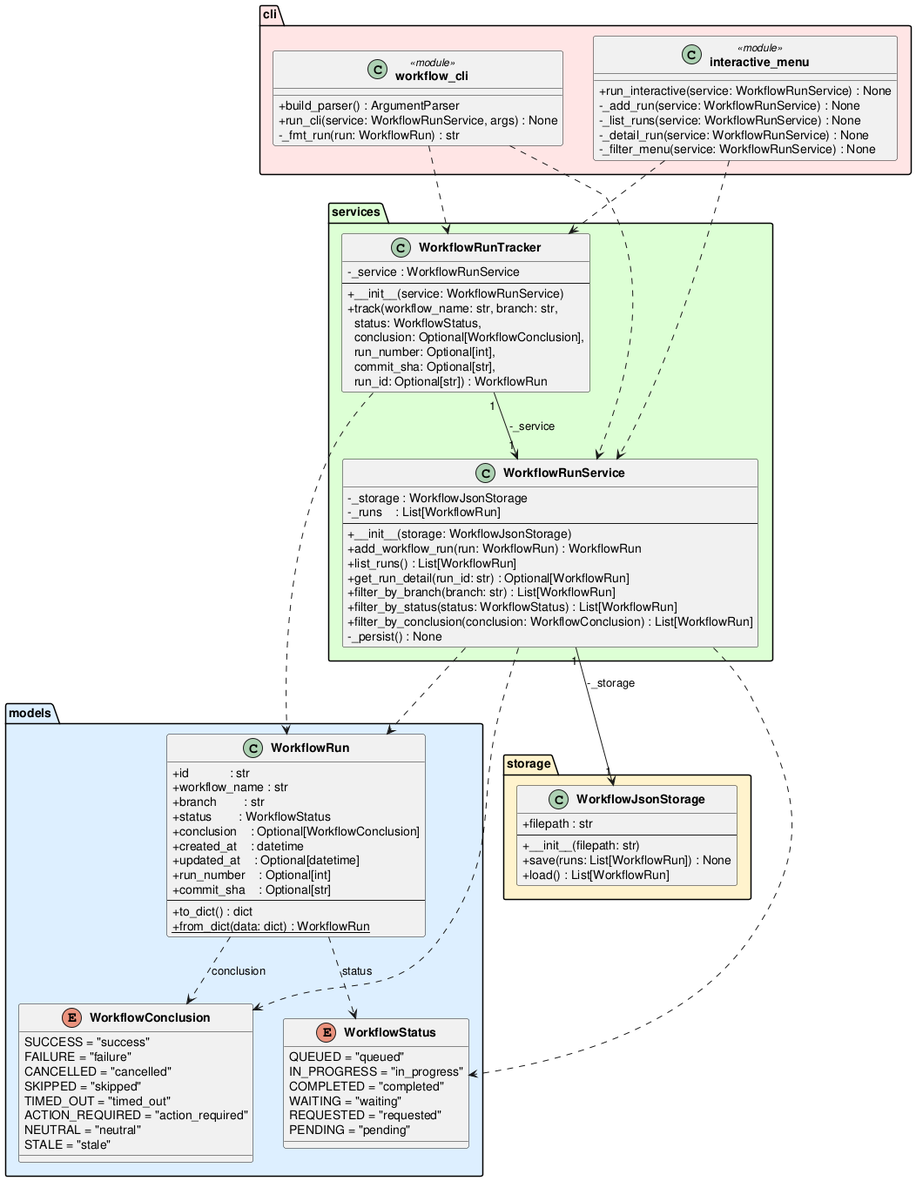
DanielRiha8906/Software_autoevolution_using_agents keeps this PlantUML diagram as experiments/pipeline/structured_text/github-workflow-manager/artifacts/class_diagram.png. Above is the earlier version. Its diagram source:
```plantuml
@startuml class_diagram

skinparam classAttributeIconSize 0
skinparam classFontStyle bold

package "models" #DDEEFF {
    enum WorkflowStatus {
        QUEUED = "queued"
        IN_PROGRESS = "in_progress"
        COMPLETED = "completed"
        WAITING = "waiting"
        REQUESTED = "requested"
        PENDING = "pending"
    }

    enum WorkflowConclusion {
        SUCCESS = "success"
        FAILURE = "failure"
        CANCELLED = "cancelled"
        SKIPPED = "skipped"
        TIMED_OUT = "timed_out"
        ACTION_REQUIRED = "action_required"
        NEUTRAL = "neutral"
        STALE = "stale"
    }

    class WorkflowRun {
        +id            : str
        +workflow_name : str
        +branch        : str
        +status        : WorkflowStatus
        +conclusion    : Optional[WorkflowConclusion]
        +created_at    : datetime
        +updated_at    : Optional[datetime]
        +run_number    : Optional[int]
        +commit_sha    : Optional[str]
        --
        +to_dict() : dict
        +{static} from_dict(data: dict) : WorkflowRun
    }
}

package "storage" #FFF3CC {
    class WorkflowJsonStorage {
        +filepath : str
        --
        +__init__(filepath: str)
        +save(runs: List[WorkflowRun]) : None
        +load() : List[WorkflowRun]
    }
}

package "services" #DDFFD4 {
    class WorkflowRunService {
        -_storage : WorkflowJsonStorage
        -_runs    : List[WorkflowRun]
        --
        +__init__(storage: WorkflowJsonStorage)
        +add_workflow_run(run: WorkflowRun) : WorkflowRun
        +list_runs() : List[WorkflowRun]
        +get_run_detail(run_id: str) : Optional[WorkflowRun]
        +filter_by_branch(branch: str) : List[WorkflowRun]
        +filter_by_status(status: WorkflowStatus) : List[WorkflowRun]
        +filter_by_conclusion(conclusion: WorkflowConclusion) : List[WorkflowRun]
        -_persist() : None
    }

    class WorkflowRunTracker {
        -_service : WorkflowRunService
        --
        +__init__(service: WorkflowRunService)
        +track(workflow_name: str, branch: str,\n  status: WorkflowStatus,\n  conclusion: Optional[WorkflowConclusion],\n  run_number: Optional[int],\n  commit_sha: Optional[str],\n  run_id: Optional[str]) : WorkflowRun
    }
}

package "cli" #FFE5E5 {
    class "workflow_cli" <<module>> {
        +build_parser() : ArgumentParser
        +run_cli(service: WorkflowRunService, args) : None
        -_fmt_run(run: WorkflowRun) : str
    }

    class "interactive_menu" <<module>> {
        +run_interactive(service: WorkflowRunService) : None
        -_add_run(service: WorkflowRunService) : None
        -_list_runs(service: WorkflowRunService) : None
        -_detail_run(service: WorkflowRunService) : None
        -_filter_menu(service: WorkflowRunService) : None
    }
}

WorkflowRun                ..>  WorkflowStatus        : status
WorkflowRun                ..>  WorkflowConclusion    : conclusion
WorkflowRunService    "1" --> "1" WorkflowJsonStorage : -_storage
WorkflowRunService         ..>  WorkflowRun
WorkflowRunService         ..>  WorkflowStatus
WorkflowRunService         ..>  WorkflowConclusion
WorkflowRunTracker    "1" --> "1" WorkflowRunService  : -_service
WorkflowRunTracker         ..>  WorkflowRun
"workflow_cli"             ..>  WorkflowRunService
"workflow_cli"             ..>  WorkflowRunTracker
"interactive_menu"         ..>  WorkflowRunService
"interactive_menu"         ..>  WorkflowRunTracker

@enduml
```
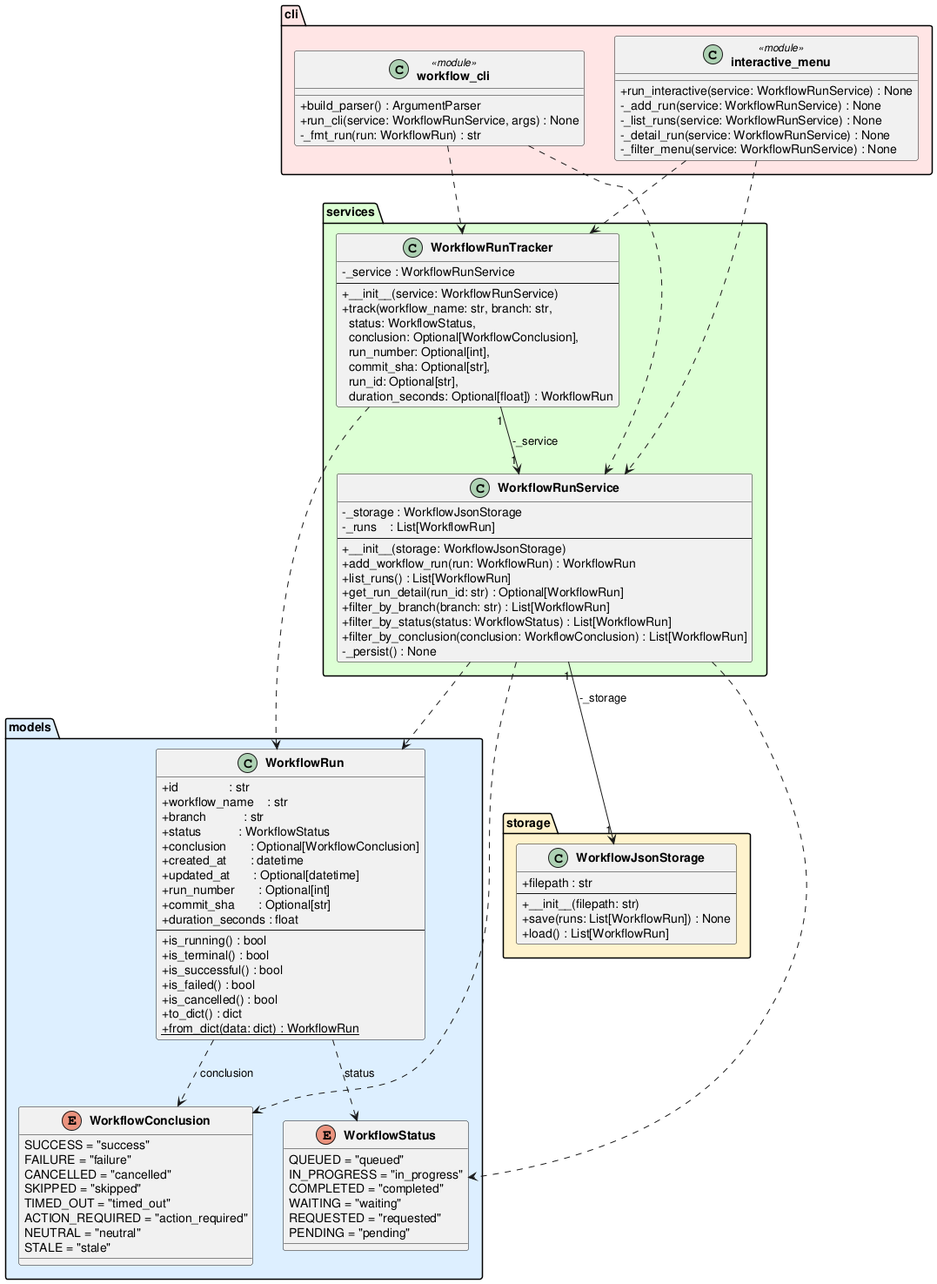
Later version of the same file.

What changed in the source:
```diff
@@ -25,16 +25,22 @@
     }
 
     class WorkflowRun {
-        +id            : str
-        +workflow_name : str
-        +branch        : str
-        +status        : WorkflowStatus
-        +conclusion    : Optional[WorkflowConclusion]
-        +created_at    : datetime
-        +updated_at    : Optional[datetime]
-        +run_number    : Optional[int]
-        +commit_sha    : Optional[str]
+        +id               : str
+        +workflow_name    : str
+        +branch           : str
+        +status           : WorkflowStatus
+        +conclusion       : Optional[WorkflowConclusion]
+        +created_at       : datetime
+        +updated_at       : Optional[datetime]
+        +run_number       : Optional[int]
+        +commit_sha       : Optional[str]
+        +duration_seconds : float
         --
+        +is_running() : bool
+        +is_terminal() : bool
+        +is_successful() : bool
+        +is_failed() : bool
+        +is_cancelled() : bool
         +to_dict() : dict
         +{static} from_dict(data: dict) : WorkflowRun
     }
@@ -69,7 +75,7 @@
         -_service : WorkflowRunService
         --
         +__init__(service: WorkflowRunService)
-        +track(workflow_name: str, branch: str,\n  status: WorkflowStatus,\n  conclusion: Optional[WorkflowConclusion],\n  run_number: Optional[int],\n  commit_sha: Optional[str],\n  run_id: Optional[str]) : WorkflowRun
+        +track(workflow_name: str, branch: str,\n  status: WorkflowStatus,\n  conclusion: Optional[WorkflowConclusion],\n  run_number: Optional[int],\n  commit_sha: Optional[str],\n  run_id: Optional[str],\n  duration_seconds: Optional[float]) : WorkflowRun
     }
 }
 
```
